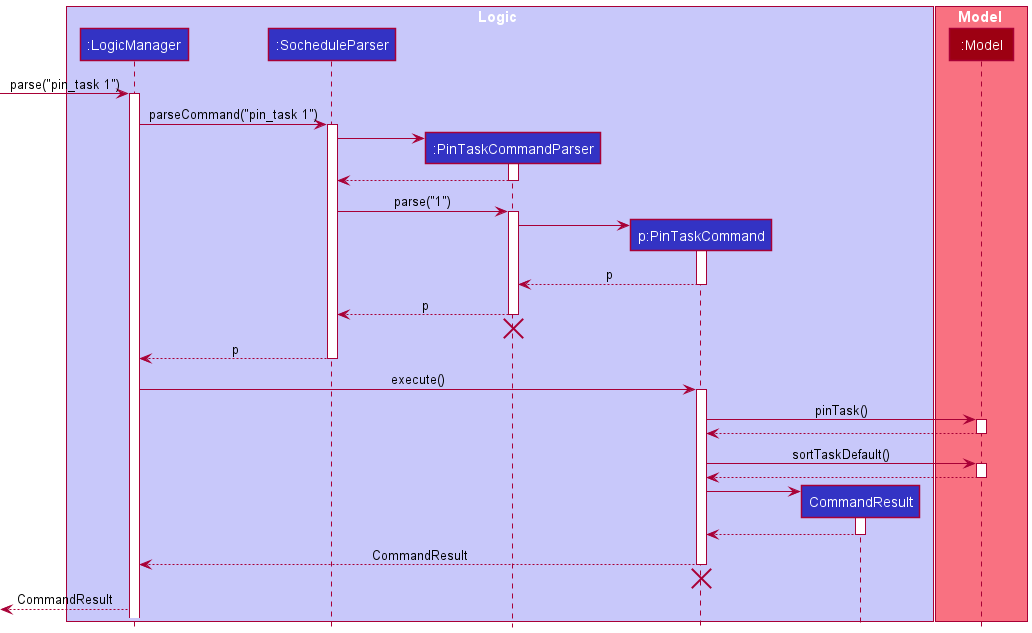
Earlier version of the PlantUML export docs/images/PinTaskSequenceDiagram.png (nus-cs2103-AY2021S2/tp).
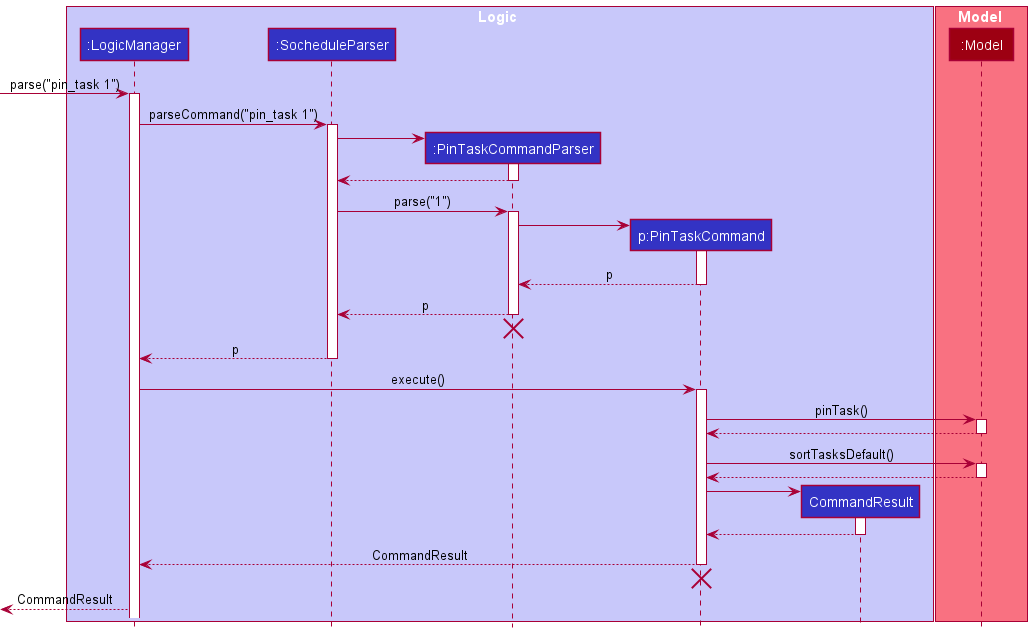
Later version of the same file.

Diff of the diagram source:
```diff
@@ -50,7 +50,7 @@
 PinTaskCommand <-- Model
 deactivate Model
 
-PinTaskCommand -> Model : sortTaskDefault()
+PinTaskCommand -> Model : sortTasksDefault()
 activate Model
 PinTaskCommand <-- Model
 deactivate Model
```
